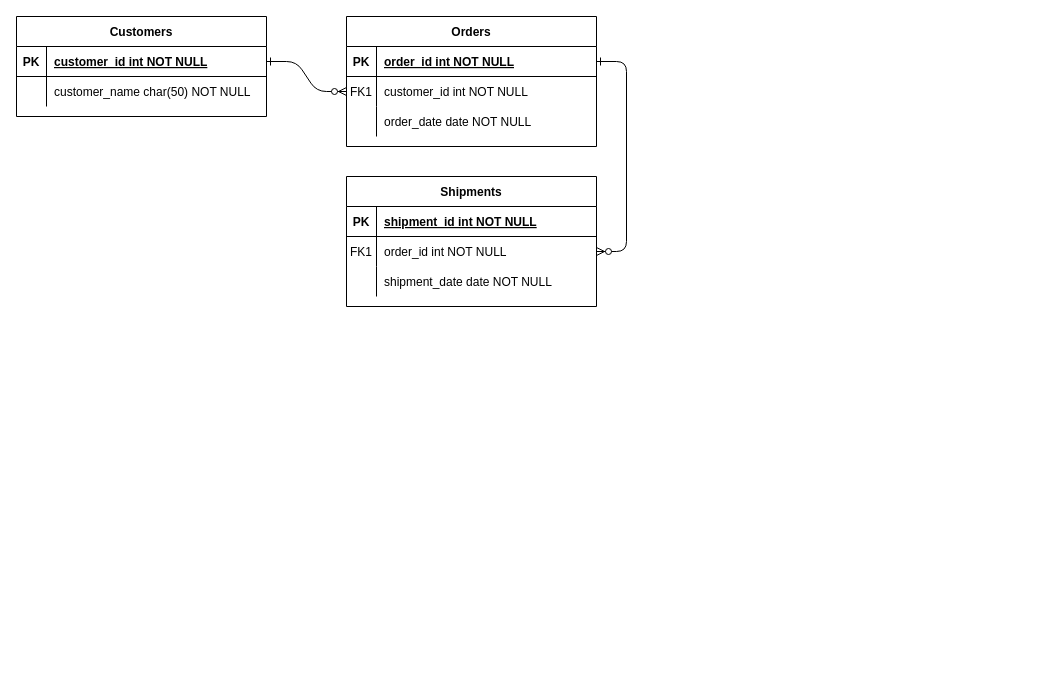
hayuning/erd keeps this draw.io diagram as tugas_erd.drawio. Above is the earlier version. Source tidied: cells renumbered, new cells numbered last; positions are measured from the earlier drawing's top-left corner, leaving out a move shared by most shapes. Both pictures are drawn from the tidied source at 100%, with x=0, y=0 at pixel (16, 16).
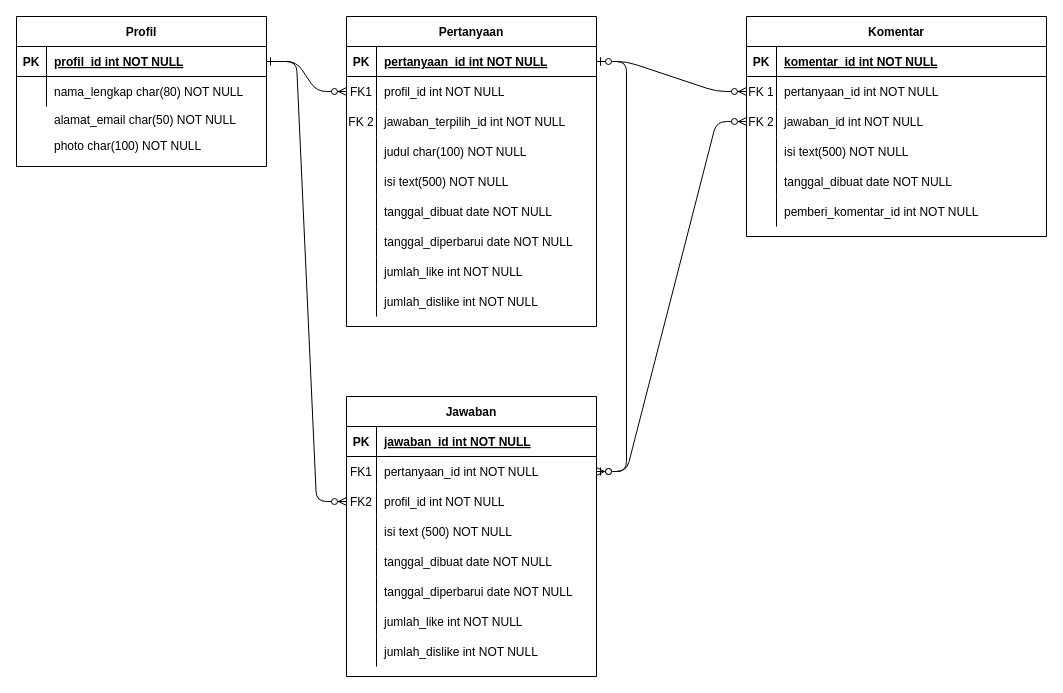
After the change.

Unchanged cells that the change refers to:
```xml
<mxCell id="5" style="shape=partialRectangle;fillColor=none;points=[[0,0.5],[1,0.5]];portConstraint=eastwest;top=0;left=0;right=0;bottom=1;" parent="4" vertex="1">
  <mxGeometry y="30" width="250" height="30" as="geometry" />
</mxCell>
<mxCell id="8" style="shape=partialRectangle;fillColor=none;points=[[0,0.5],[1,0.5]];portConstraint=eastwest;top=0;left=0;right=0;bottom=0;" parent="4" vertex="1">
  <mxGeometry y="60" width="250" height="30" as="geometry" />
</mxCell>
<mxCell id="11" style="shape=partialRectangle;fillColor=none;top=0;left=0;right=0;bottom=0;" parent="4" vertex="1">
  <mxGeometry y="90" width="250" height="30" as="geometry" />
</mxCell>
<mxCell id="15" style="shape=partialRectangle;fillColor=none;top=0;left=0;right=0;bottom=1;" parent="14" vertex="1">
  <mxGeometry y="30" width="250" height="30" as="geometry" />
</mxCell>
<mxCell id="18" style="shape=partialRectangle;fillColor=none;points=[[0,0.5],[1,0.5]];portConstraint=eastwest;top=0;left=0;right=0;bottom=0;" parent="14" vertex="1">
  <mxGeometry y="60" width="250" height="30" as="geometry" />
</mxCell>
```

The edit, as a diff of the source:
```diff
@@
-    <mxCell id="4" value="Orders" style="shape=table;startSize=30;childLayout=tableLayout;rowLines=0;fontStyle=1;align=center;" parent="1" vertex="1">
-      <mxGeometry x="330" width="250" height="130" as="geometry" />
+    <mxCell id="4" value="Pertanyaan" style="shape=table;startSize=30;childLayout=tableLayout;rowLines=0;fontStyle=1;align=center;" parent="1" vertex="1">
+      <mxGeometry x="330" width="250" height="310" as="geometry" />
     </mxCell>
@@
-    <mxCell id="7" value="order_id int NOT NULL " style="shape=partialRectangle;overflow=hidden;fillColor=none;top=0;left=0;bottom=0;right=0;align=left;spacingLeft=6;fontStyle=5;" parent="5" vertex="1">
+    <mxCell id="7" value="pertanyaan_id int NOT NULL " style="shape=partialRectangle;overflow=hidden;fillColor=none;top=0;left=0;bottom=0;right=0;align=left;spacingLeft=6;fontStyle=5;" parent="5" vertex="1">
       <mxGeometry x="30" width="220" height="30" as="geometry" />
     </mxCell>
@@
-    <mxCell id="10" value="customer_id int NOT NULL" style="shape=partialRectangle;overflow=hidden;fillColor=none;top=0;left=0;bottom=0;right=0;align=left;spacingLeft=6;" parent="8" vertex="1">
+    <mxCell id="10" value="profil_id int NOT NULL" style="shape=partialRectangle;overflow=hidden;fillColor=none;top=0;left=0;bottom=0;right=0;align=left;spacingLeft=6;" parent="8" vertex="1">
       <mxGeometry x="30" width="220" height="30" as="geometry" />
     </mxCell>
@@
-    <mxCell id="12" style="shape=partialRectangle;overflow=hidden;fillColor=none;top=0;left=0;bottom=0;right=0;" parent="11" vertex="1">
+    <mxCell id="12" value="FK 2" style="shape=partialRectangle;overflow=hidden;fillColor=none;top=0;left=0;bottom=0;right=0;" parent="11" vertex="1">
       <mxGeometry width="30" height="30" as="geometry" />
     </mxCell>
-    <mxCell id="13" value="order_date date NOT NULL" style="shape=partialRectangle;overflow=hidden;fillColor=none;top=0;left=0;bottom=0;right=0;align=left;spacingLeft=6;" parent="11" vertex="1">
+    <mxCell id="13" value="jawaban_terpilih_id int NOT NULL" style="shape=partialRectangle;overflow=hidden;fillColor=none;top=0;left=0;bottom=0;right=0;align=left;spacingLeft=6;" parent="11" vertex="1">
       <mxGeometry x="30" width="220" height="30" as="geometry" />
     </mxCell>
+    <mxCell id="31" style="shape=partialRectangle;fillColor=none;top=0;left=0;right=0;bottom=0;" parent="4" vertex="1">
+      <mxGeometry y="120" width="250" height="30" as="geometry" />
+    </mxCell>
+    <mxCell id="32" style="shape=partialRectangle;overflow=hidden;fillColor=none;top=0;left=0;bottom=0;right=0;" parent="31" vertex="1">
+      <mxGeometry width="30" height="30" as="geometry" />
+    </mxCell>
+    <mxCell id="33" value="judul char(100) NOT NULL" style="shape=partialRectangle;overflow=hidden;fillColor=none;top=0;left=0;bottom=0;right=0;align=left;spacingLeft=6;" parent="31" vertex="1">
+      <mxGeometry x="30" width="220" height="30" as="geometry" />
+    </mxCell>
+    <mxCell id="34" style="shape=partialRectangle;fillColor=none;top=0;left=0;right=0;bottom=0;" parent="4" vertex="1">
+      <mxGeometry y="150" width="250" height="30" as="geometry" />
+    </mxCell>
+    <mxCell id="35" style="shape=partialRectangle;overflow=hidden;fillColor=none;top=0;left=0;bottom=0;right=0;" parent="34" vertex="1">
+      <mxGeometry width="30" height="30" as="geometry" />
+    </mxCell>
+    <mxCell id="36" value="isi text(500) NOT NULL" style="shape=partialRectangle;overflow=hidden;fillColor=none;top=0;left=0;bottom=0;right=0;align=left;spacingLeft=6;" parent="34" vertex="1">
+      <mxGeometry x="30" width="220" height="30" as="geometry" />
+    </mxCell>
+    <mxCell id="37" style="shape=partialRectangle;fillColor=none;top=0;left=0;right=0;bottom=0;" parent="4" vertex="1">
+      <mxGeometry y="180" width="250" height="30" as="geometry" />
+    </mxCell>
+    <mxCell id="38" style="shape=partialRectangle;overflow=hidden;fillColor=none;top=0;left=0;bottom=0;right=0;" parent="37" vertex="1">
+      <mxGeometry width="30" height="30" as="geometry" />
+    </mxCell>
+    <mxCell id="39" value="tanggal_dibuat date NOT NULL" style="shape=partialRectangle;overflow=hidden;fillColor=none;top=0;left=0;bottom=0;right=0;align=left;spacingLeft=6;" parent="37" vertex="1">
+      <mxGeometry x="30" width="220" height="30" as="geometry" />
+    </mxCell>
+    <mxCell id="40" style="shape=partialRectangle;fillColor=none;top=0;left=0;right=0;bottom=0;" parent="4" vertex="1">
+      <mxGeometry y="210" width="250" height="30" as="geometry" />
+    </mxCell>
+    <mxCell id="41" style="shape=partialRectangle;overflow=hidden;fillColor=none;top=0;left=0;bottom=0;right=0;" parent="40" vertex="1">
+      <mxGeometry width="30" height="30" as="geometry" />
+    </mxCell>
+    <mxCell id="42" value="tanggal_diperbarui date NOT NULL" style="shape=partialRectangle;overflow=hidden;fillColor=none;top=0;left=0;bottom=0;right=0;align=left;spacingLeft=6;" parent="40" vertex="1">
+      <mxGeometry x="30" width="220" height="30" as="geometry" />
+    </mxCell>
+    <mxCell id="43" style="shape=partialRectangle;fillColor=none;top=0;left=0;right=0;bottom=0;" parent="4" vertex="1">
+      <mxGeometry y="240" width="250" height="30" as="geometry" />
+    </mxCell>
+    <mxCell id="44" style="shape=partialRectangle;overflow=hidden;fillColor=none;top=0;left=0;bottom=0;right=0;" parent="43" vertex="1">
+      <mxGeometry width="30" height="30" as="geometry" />
+    </mxCell>
+    <mxCell id="45" value="jumlah_like int NOT NULL" style="shape=partialRectangle;overflow=hidden;fillColor=none;top=0;left=0;bottom=0;right=0;align=left;spacingLeft=6;" parent="43" vertex="1">
+      <mxGeometry x="30" width="220" height="30" as="geometry" />
+    </mxCell>
+    <mxCell id="46" style="shape=partialRectangle;fillColor=none;top=0;left=0;right=0;bottom=0;" parent="4" vertex="1">
+      <mxGeometry y="270" width="250" height="30" as="geometry" />
+    </mxCell>
+    <mxCell id="47" style="shape=partialRectangle;overflow=hidden;fillColor=none;top=0;left=0;bottom=0;right=0;" parent="46" vertex="1">
+      <mxGeometry width="30" height="30" as="geometry" />
+    </mxCell>
+    <mxCell id="48" value="jumlah_dislike int NOT NULL" style="shape=partialRectangle;overflow=hidden;fillColor=none;top=0;left=0;bottom=0;right=0;align=left;spacingLeft=6;" parent="46" vertex="1">
+      <mxGeometry x="30" width="220" height="30" as="geometry" />
+    </mxCell>
+    <mxCell id="24" value="Profil" style="shape=table;startSize=30;childLayout=tableLayout;rowLines=0;fontStyle=1;align=center;" parent="1" vertex="1">
+      <mxGeometry width="250" height="150" as="geometry" />
+    </mxCell>
+    <mxCell id="25" style="shape=partialRectangle;fillColor=none;points=[[0,0.5],[1,0.5]];portConstraint=eastwest;top=0;left=0;right=0;bottom=1;" parent="24" vertex="1">
+      <mxGeometry y="30" width="250" height="30" as="geometry" />
+    </mxCell>
+    <mxCell id="26" value="PK" style="shape=partialRectangle;overflow=hidden;fillColor=none;top=0;left=0;bottom=0;right=0;fontStyle=1;" parent="25" vertex="1">
+      <mxGeometry width="30" height="30" as="geometry" />
+    </mxCell>
+    <mxCell id="27" value="profil_id int NOT NULL " style="shape=partialRectangle;overflow=hidden;fillColor=none;top=0;left=0;bottom=0;right=0;align=left;spacingLeft=6;fontStyle=5;" parent="25" vertex="1">
+      <mxGeometry x="30" width="220" height="30" as="geometry" />
+    </mxCell>
+    <mxCell id="28" style="shape=partialRectangle;fillColor=none;top=0;left=0;right=0;bottom=0;" parent="24" vertex="1">
+      <mxGeometry y="60" width="250" height="30" as="geometry" />
+    </mxCell>
+    <mxCell id="29" style="shape=partialRectangle;overflow=hidden;fillColor=none;top=0;left=0;bottom=0;right=0;" parent="28" vertex="1">
+      <mxGeometry width="30" height="30" as="geometry" />
+    </mxCell>
+    <mxCell id="30" value="nama_lengkap char(80) NOT NULL" style="shape=partialRectangle;overflow=hidden;fillColor=none;top=0;left=0;bottom=0;right=0;align=left;spacingLeft=6;" parent="28" vertex="1">
+      <mxGeometry x="30" width="220" height="30" as="geometry" />
+    </mxCell>
+    <mxCell id="49" value="Komentar" style="shape=table;startSize=30;childLayout=tableLayout;rowLines=0;fontStyle=1;align=center;" parent="1" vertex="1">
+      <mxGeometry x="730" width="300" height="220" as="geometry" />
+    </mxCell>
+    <mxCell id="50" style="shape=partialRectangle;fillColor=none;top=0;left=0;bottom=1;right=0;" parent="49" vertex="1">
+      <mxGeometry y="30" width="300" height="30" as="geometry" />
+    </mxCell>
+    <mxCell id="51" value="PK" style="shape=partialRectangle;fillColor=none;top=0;left=0;bottom=0;right=0;fontStyle=1;overflow=hidden;" parent="50" vertex="1">
+      <mxGeometry width="30" height="30" as="geometry" />
+    </mxCell>
+    <mxCell id="52" value="komentar_id int NOT NULL" style="shape=partialRectangle;fillColor=none;top=0;left=0;bottom=0;right=0;align=left;spacingLeft=6;fontStyle=5;overflow=hidden;" parent="50" vertex="1">
+      <mxGeometry x="30" width="270" height="30" as="geometry" />
+    </mxCell>
+    <mxCell id="53" style="shape=partialRectangle;fillColor=none;top=0;left=0;bottom=0;right=0;points=[[0,0.5],[1,0.5]];portConstraint=eastwest;" parent="49" vertex="1">
+      <mxGeometry y="60" width="300" height="30" as="geometry" />
+    </mxCell>
+    <mxCell id="54" value="FK 1" style="shape=partialRectangle;fillColor=none;top=0;left=0;bottom=0;right=0;overflow=hidden;" parent="53" vertex="1">
+      <mxGeometry width="30" height="30" as="geometry" />
+    </mxCell>
+    <mxCell id="55" value="pertanyaan_id int NOT NULL" style="shape=partialRectangle;fillColor=none;top=0;left=0;bottom=0;right=0;align=left;spacingLeft=6;overflow=hidden;" parent="53" vertex="1">
+      <mxGeometry x="30" width="270" height="30" as="geometry" />
+    </mxCell>
+    <mxCell id="56" style="shape=partialRectangle;fillColor=none;top=0;left=0;bottom=0;right=0;points=[[0,0.5],[1,0.5]];portConstraint=eastwest;" parent="49" vertex="1">
+      <mxGeometry y="90" width="300" height="30" as="geometry" />
+    </mxCell>
+    <mxCell id="57" value="FK 2" style="shape=partialRectangle;fillColor=none;top=0;left=0;bottom=0;right=0;overflow=hidden;" parent="56" vertex="1">
+      <mxGeometry width="30" height="30" as="geometry" />
+    </mxCell>
+    <mxCell id="58" value="jawaban_id int NOT NULL" style="shape=partialRectangle;fillColor=none;top=0;left=0;bottom=0;right=0;align=left;spacingLeft=6;overflow=hidden;" parent="56" vertex="1">
+      <mxGeometry x="30" width="270" height="30" as="geometry" />
+    </mxCell>
+    <mxCell id="59" style="shape=partialRectangle;fillColor=none;top=0;left=0;bottom=0;right=0;" parent="49" vertex="1">
+      <mxGeometry y="120" width="300" height="30" as="geometry" />
+    </mxCell>
+    <mxCell id="60" style="shape=partialRectangle;fillColor=none;top=0;left=0;bottom=0;right=0;overflow=hidden;" parent="59" vertex="1">
+      <mxGeometry width="30" height="30" as="geometry" />
+    </mxCell>
+    <mxCell id="61" value="isi text(500) NOT NULL" style="shape=partialRectangle;fillColor=none;top=0;left=0;bottom=0;right=0;align=left;spacingLeft=6;overflow=hidden;" parent="59" vertex="1">
+      <mxGeometry x="30" width="270" height="30" as="geometry" />
+    </mxCell>
+    <mxCell id="62" style="shape=partialRectangle;fillColor=none;top=0;left=0;bottom=0;right=0;" parent="49" vertex="1">
+      <mxGeometry y="150" width="300" height="30" as="geometry" />
+    </mxCell>
+    <mxCell id="63" style="shape=partialRectangle;fillColor=none;top=0;left=0;bottom=0;right=0;overflow=hidden;" parent="62" vertex="1">
+      <mxGeometry width="30" height="30" as="geometry" />
+    </mxCell>
+    <mxCell id="64" value="tanggal_dibuat date NOT NULL" style="shape=partialRectangle;fillColor=none;top=0;left=0;bottom=0;right=0;align=left;spacingLeft=6;overflow=hidden;" parent="62" vertex="1">
+      <mxGeometry x="30" width="270" height="30" as="geometry" />
+    </mxCell>
+    <mxCell id="65" style="shape=partialRectangle;fillColor=none;top=0;left=0;bottom=0;right=0;" parent="49" vertex="1">
+      <mxGeometry y="180" width="300" height="30" as="geometry" />
+    </mxCell>
+    <mxCell id="66" style="shape=partialRectangle;fillColor=none;top=0;left=0;bottom=0;right=0;overflow=hidden;" parent="65" vertex="1">
+      <mxGeometry width="30" height="30" as="geometry" />
+    </mxCell>
+    <mxCell id="67" value="pemberi_komentar_id int NOT NULL" style="shape=partialRectangle;fillColor=none;top=0;left=0;bottom=0;right=0;align=left;spacingLeft=6;overflow=hidden;" parent="65" vertex="1">
+      <mxGeometry x="30" width="270" height="30" as="geometry" />
+    </mxCell>
+    <mxCell id="68" value="alamat_email char(50) NOT NULL" style="shape=partialRectangle;overflow=hidden;fillColor=none;top=0;left=0;bottom=0;right=0;align=left;spacingLeft=6;" parent="1" vertex="1">
+      <mxGeometry x="30" y="88" width="220" height="30" as="geometry" />
+    </mxCell>
+    <mxCell id="69" value="photo char(100) NOT NULL" style="shape=partialRectangle;overflow=hidden;fillColor=none;top=0;left=0;bottom=0;right=0;align=left;spacingLeft=6;" parent="1" vertex="1">
+      <mxGeometry x="30" y="114" width="220" height="30" as="geometry" />
+    </mxCell>
+    <mxCell id="70" style="edgeStyle=entityRelationEdgeStyle;fontSize=12;html=1;endArrow=ERzeroToMany;endFill=1;entryX=0;entryY=0.5;entryDx=0;entryDy=0;exitX=1;exitY=0.5;exitDx=0;exitDy=0;" parent="1" edge="1" source="25" target="73">
+      <mxGeometry relative="1" as="geometry" />
+    </mxCell>
+    <mxCell id="71" style="edgeStyle=entityRelationEdgeStyle;fontSize=12;html=1;endArrow=ERzeroToMany;startArrow=ERzeroToOne;exitX=1;exitY=0.5;exitDx=0;exitDy=0;entryX=0;entryY=0.5;entryDx=0;entryDy=0;" parent="1" edge="1" source="5" target="53">
+      <mxGeometry relative="1" as="geometry" />
+    </mxCell>
+    <mxCell id="72" style="edgeStyle=entityRelationEdgeStyle;fontSize=12;html=1;endArrow=ERzeroToMany;startArrow=ERzeroToOne;exitX=1;exitY=0.5;exitDx=0;exitDy=0;" parent="1" edge="1" source="18" target="56">
+      <mxGeometry relative="1" as="geometry" />
+    </mxCell>
-    <mxCell id="14" value="Shipments" style="shape=table;startSize=30;childLayout=tableLayout;rowLines=0;fontStyle=1;align=center;" parent="1" vertex="1">
-      <mxGeometry x="330" y="160" width="250" height="130" as="geometry" />
+    <mxCell id="14" value="Jawaban" style="shape=table;startSize=30;childLayout=tableLayout;rowLines=0;fontStyle=1;align=center;" parent="1" vertex="1">
+      <mxGeometry x="330" y="380" width="250" height="280" as="geometry" />
     </mxCell>
@@
-    <mxCell id="17" value="shipment_id int NOT NULL " style="shape=partialRectangle;overflow=hidden;fillColor=none;top=0;left=0;bottom=0;right=0;align=left;spacingLeft=6;fontStyle=5;" parent="15" vertex="1">
+    <mxCell id="17" value="jawaban_id int NOT NULL " style="shape=partialRectangle;overflow=hidden;fillColor=none;top=0;left=0;bottom=0;right=0;align=left;spacingLeft=6;fontStyle=5;" parent="15" vertex="1">
       <mxGeometry x="30" width="220" height="30" as="geometry" />
     </mxCell>
@@
-    <mxCell id="20" value="order_id int NOT NULL" style="shape=partialRectangle;overflow=hidden;fillColor=none;top=0;left=0;bottom=0;right=0;align=left;spacingLeft=6;" parent="18" vertex="1">
+    <mxCell id="20" value="pertanyaan_id int NOT NULL" style="shape=partialRectangle;overflow=hidden;fillColor=none;top=0;left=0;bottom=0;right=0;align=left;spacingLeft=6;" parent="18" vertex="1">
       <mxGeometry x="30" width="220" height="30" as="geometry" />
     </mxCell>
+    <mxCell id="73" style="shape=partialRectangle;fillColor=none;points=[[0,0.5],[1,0.5]];portConstraint=eastwest;top=0;left=0;right=0;bottom=0;" parent="14" vertex="1">
+      <mxGeometry y="90" width="250" height="30" as="geometry" />
+    </mxCell>
+    <mxCell id="74" value="FK2" style="shape=partialRectangle;overflow=hidden;fillColor=none;top=0;left=0;bottom=0;right=0;" parent="73" vertex="1">
+      <mxGeometry width="30" height="30" as="geometry" />
+    </mxCell>
+    <mxCell id="75" value="profil_id int NOT NULL" style="shape=partialRectangle;overflow=hidden;fillColor=none;top=0;left=0;bottom=0;right=0;align=left;spacingLeft=6;" parent="73" vertex="1">
+      <mxGeometry x="30" width="220" height="30" as="geometry" />
+    </mxCell>
     <mxCell id="21" style="shape=partialRectangle;fillColor=none;top=0;left=0;right=0;bottom=0;" parent="14" vertex="1">
-      <mxGeometry y="90" width="250" height="30" as="geometry" />
+      <mxGeometry y="120" width="250" height="30" as="geometry" />
     </mxCell>
@@
-    <mxCell id="23" value="shipment_date date NOT NULL" style="shape=partialRectangle;overflow=hidden;fillColor=none;top=0;left=0;bottom=0;right=0;align=left;spacingLeft=6;" parent="21" vertex="1">
+    <mxCell id="23" value="isi text (500) NOT NULL" style="shape=partialRectangle;overflow=hidden;fillColor=none;top=0;left=0;bottom=0;right=0;align=left;spacingLeft=6;" parent="21" vertex="1">
       <mxGeometry x="30" width="220" height="30" as="geometry" />
     </mxCell>
-    <mxCell id="24" value="Customers" style="shape=table;startSize=30;childLayout=tableLayout;rowLines=0;fontStyle=1;align=center;" parent="1" vertex="1">
-      <mxGeometry width="250" height="100" as="geometry" />
-    </mxCell>
-    <mxCell id="25" style="shape=partialRectangle;fillColor=none;points=[[0,0.5],[1,0.5]];portConstraint=eastwest;top=0;left=0;right=0;bottom=1;" parent="24" vertex="1">
-      <mxGeometry y="30" width="250" height="30" as="geometry" />
-    </mxCell>
-    <mxCell id="26" value="PK" style="shape=partialRectangle;overflow=hidden;fillColor=none;top=0;left=0;bottom=0;right=0;fontStyle=1;" parent="25" vertex="1">
-      <mxGeometry width="30" height="30" as="geometry" />
-    </mxCell>
-    <mxCell id="27" value="customer_id int NOT NULL " style="shape=partialRectangle;overflow=hidden;fillColor=none;top=0;left=0;bottom=0;right=0;align=left;spacingLeft=6;fontStyle=5;" parent="25" vertex="1">
-      <mxGeometry x="30" width="220" height="30" as="geometry" />
-    </mxCell>
-    <mxCell id="28" style="shape=partialRectangle;fillColor=none;top=0;left=0;right=0;bottom=0;" parent="24" vertex="1">
-      <mxGeometry y="60" width="250" height="30" as="geometry" />
-    </mxCell>
-    <mxCell id="29" style="shape=partialRectangle;overflow=hidden;fillColor=none;top=0;left=0;bottom=0;right=0;" parent="28" vertex="1">
-      <mxGeometry width="30" height="30" as="geometry" />
-    </mxCell>
-    <mxCell id="30" value="customer_name char(50) NOT NULL" style="shape=partialRectangle;overflow=hidden;fillColor=none;top=0;left=0;bottom=0;right=0;align=left;spacingLeft=6;" parent="28" vertex="1">
-      <mxGeometry x="30" width="220" height="30" as="geometry" />
-    </mxCell>
+    <mxCell id="76" style="shape=partialRectangle;fillColor=none;top=0;left=0;right=0;bottom=0;" parent="14" vertex="1">
+      <mxGeometry y="150" width="250" height="30" as="geometry" />
+    </mxCell>
+    <mxCell id="77" style="shape=partialRectangle;overflow=hidden;fillColor=none;top=0;left=0;bottom=0;right=0;" parent="76" vertex="1">
+      <mxGeometry width="30" height="30" as="geometry" />
+    </mxCell>
+    <mxCell id="78" value="tanggal_dibuat date NOT NULL" style="shape=partialRectangle;overflow=hidden;fillColor=none;top=0;left=0;bottom=0;right=0;align=left;spacingLeft=6;" parent="76" vertex="1">
+      <mxGeometry x="30" width="220" height="30" as="geometry" />
+    </mxCell>
+    <mxCell id="79" style="shape=partialRectangle;fillColor=none;top=0;left=0;right=0;bottom=0;" parent="14" vertex="1">
+      <mxGeometry y="180" width="250" height="30" as="geometry" />
+    </mxCell>
+    <mxCell id="80" style="shape=partialRectangle;overflow=hidden;fillColor=none;top=0;left=0;bottom=0;right=0;" parent="79" vertex="1">
+      <mxGeometry width="30" height="30" as="geometry" />
+    </mxCell>
+    <mxCell id="81" value="tanggal_diperbarui date NOT NULL" style="shape=partialRectangle;overflow=hidden;fillColor=none;top=0;left=0;bottom=0;right=0;align=left;spacingLeft=6;" parent="79" vertex="1">
+      <mxGeometry x="30" width="220" height="30" as="geometry" />
+    </mxCell>
+    <mxCell id="82" style="shape=partialRectangle;fillColor=none;top=0;left=0;right=0;bottom=0;" parent="14" vertex="1">
+      <mxGeometry y="210" width="250" height="30" as="geometry" />
+    </mxCell>
+    <mxCell id="83" style="shape=partialRectangle;overflow=hidden;fillColor=none;top=0;left=0;bottom=0;right=0;" parent="82" vertex="1">
+      <mxGeometry width="30" height="30" as="geometry" />
+    </mxCell>
+    <mxCell id="84" value="jumlah_like int NOT NULL" style="shape=partialRectangle;overflow=hidden;fillColor=none;top=0;left=0;bottom=0;right=0;align=left;spacingLeft=6;" parent="82" vertex="1">
+      <mxGeometry x="30" width="220" height="30" as="geometry" />
+    </mxCell>
+    <mxCell id="85" style="shape=partialRectangle;fillColor=none;top=0;left=0;right=0;bottom=0;" parent="14" vertex="1">
+      <mxGeometry y="240" width="250" height="30" as="geometry" />
+    </mxCell>
+    <mxCell id="86" style="shape=partialRectangle;overflow=hidden;fillColor=none;top=0;left=0;bottom=0;right=0;" parent="85" vertex="1">
+      <mxGeometry width="30" height="30" as="geometry" />
+    </mxCell>
+    <mxCell id="87" value="jumlah_dislike int NOT NULL" style="shape=partialRectangle;overflow=hidden;fillColor=none;top=0;left=0;bottom=0;right=0;align=left;spacingLeft=6;" parent="85" vertex="1">
+      <mxGeometry x="30" width="220" height="30" as="geometry" />
+    </mxCell>
```
